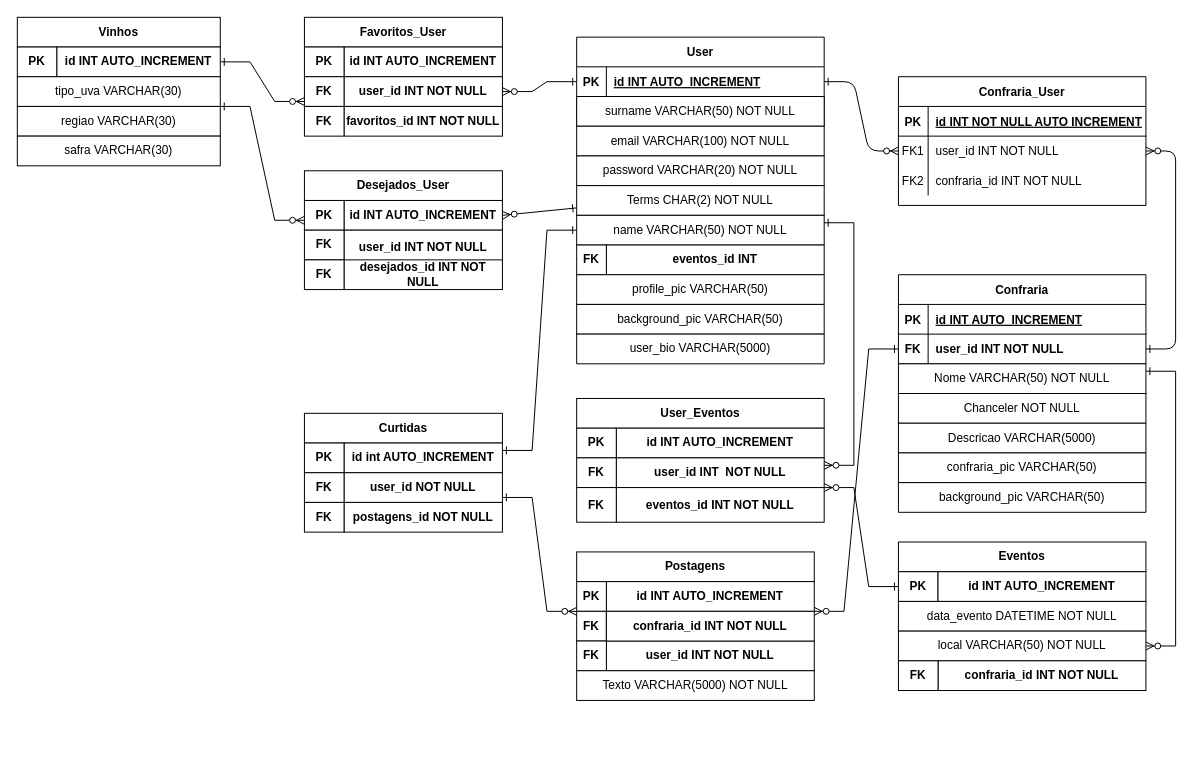
Above: ModeloBancoDeDados.drawio in jairocket/projetoIntegrador-Wined (draw.io), before the change. Source tidied: cells renumbered, new cells numbered last; positions are measured from the earlier drawing's top-left corner, leaving out a move shared by most shapes. Both pictures are drawn from the tidied source at 99%, with x=0, y=0 at pixel (17, 17).
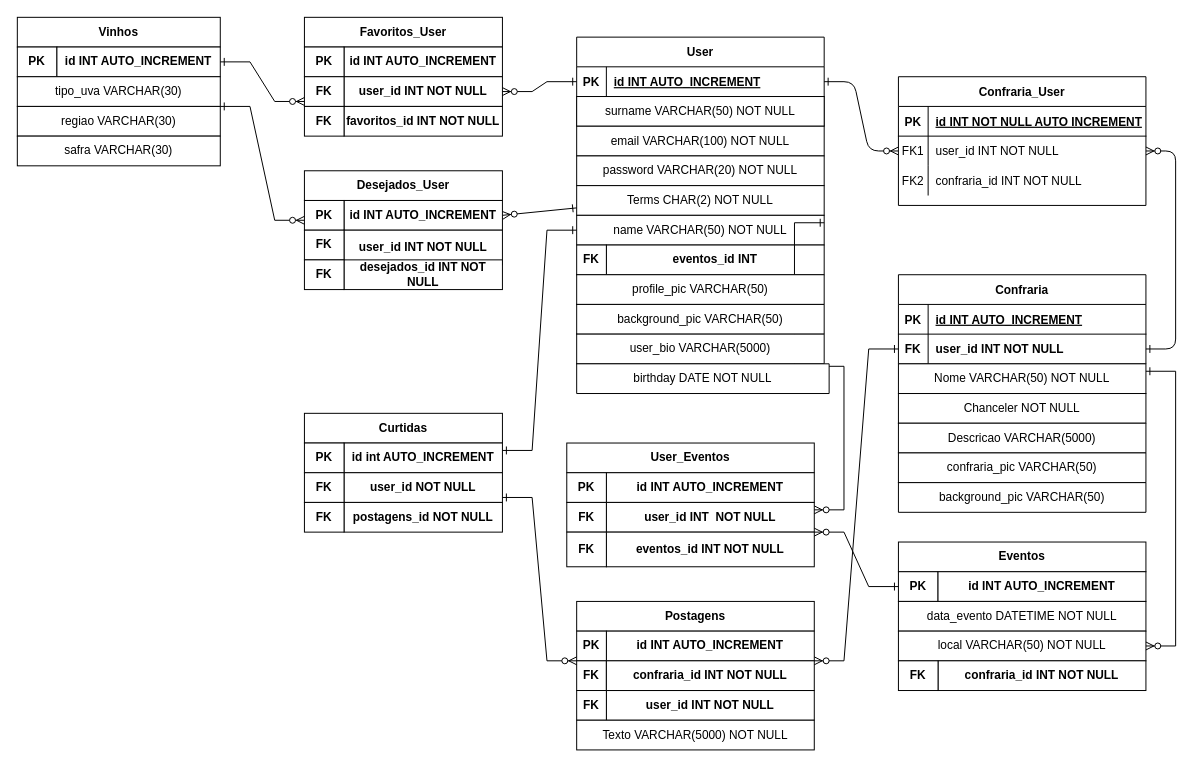
The same page after the edit.

What changed in the source:
```diff
@@
     <mxCell id="44" value="&lt;b&gt;Postagens&lt;/b&gt;" style="rounded=0;whiteSpace=wrap;html=1;" parent="1" vertex="1">
-      <mxGeometry x="565" y="540" width="240" height="30" as="geometry" />
+      <mxGeometry x="565" y="590" width="240" height="30" as="geometry" />
     </mxCell>
     <mxCell id="45" value="&lt;b&gt;id INT AUTO_INCREMENT&lt;/b&gt;" style="rounded=0;whiteSpace=wrap;html=1;" parent="1" vertex="1">
-      <mxGeometry x="595" y="570" width="210" height="30" as="geometry" />
+      <mxGeometry x="595" y="620" width="210" height="30" as="geometry" />
     </mxCell>
     <mxCell id="46" value="&lt;b&gt;PK&lt;/b&gt;" style="rounded=0;whiteSpace=wrap;html=1;" parent="1" vertex="1">
-      <mxGeometry x="565" y="570" width="30" height="30" as="geometry" />
+      <mxGeometry x="565" y="620" width="30" height="30" as="geometry" />
     </mxCell>
     <mxCell id="47" value="&lt;b&gt;user_id INT NOT NULL&lt;/b&gt;" style="rounded=0;whiteSpace=wrap;html=1;" parent="1" vertex="1">
-      <mxGeometry x="595" y="630" width="210" height="30" as="geometry" />
+      <mxGeometry x="595" y="680" width="210" height="30" as="geometry" />
     </mxCell>
     <mxCell id="48" value="&lt;b&gt;FK&lt;/b&gt;" style="rounded=0;whiteSpace=wrap;html=1;" parent="1" vertex="1">
-      <mxGeometry x="565" y="600" width="30" height="30" as="geometry" />
+      <mxGeometry x="565" y="650" width="30" height="30" as="geometry" />
     </mxCell>
     <mxCell id="49" value="&lt;b&gt;confraria_id INT NOT NULL&lt;/b&gt;" style="rounded=0;whiteSpace=wrap;html=1;" parent="1" vertex="1">
-      <mxGeometry x="595" y="600" width="210" height="30" as="geometry" />
+      <mxGeometry x="595" y="650" width="210" height="30" as="geometry" />
     </mxCell>
     <mxCell id="50" value="&lt;b&gt;FK&lt;/b&gt;" style="rounded=0;whiteSpace=wrap;html=1;" parent="1" vertex="1">
-      <mxGeometry x="565" y="630" width="30" height="30" as="geometry" />
+      <mxGeometry x="565" y="680" width="30" height="30" as="geometry" />
     </mxCell>
     <mxCell id="51" value="Texto VARCHAR(5000) NOT NULL" style="rounded=0;whiteSpace=wrap;html=1;" parent="1" vertex="1">
-      <mxGeometry x="565" y="660" width="240" height="30" as="geometry" />
+      <mxGeometry x="565" y="710" width="240" height="30" as="geometry" />
     </mxCell>
@@
     <mxCell id="63" value="&lt;b&gt;User_Eventos&lt;/b&gt;" style="rounded=0;whiteSpace=wrap;html=1;" parent="1" vertex="1">
-      <mxGeometry x="565" y="385" width="250" height="30" as="geometry" />
+      <mxGeometry x="555" y="430" width="250" height="30" as="geometry" />
     </mxCell>
     <mxCell id="64" value="&lt;b&gt;id INT AUTO_INCREMENT &lt;/b&gt;" style="rounded=0;whiteSpace=wrap;html=1;" parent="1" vertex="1">
-      <mxGeometry x="605" y="415" width="210" height="30" as="geometry" />
+      <mxGeometry x="595" y="460" width="210" height="30" as="geometry" />
     </mxCell>
     <mxCell id="65" value="&lt;b&gt;PK&lt;/b&gt;" style="rounded=0;whiteSpace=wrap;html=1;" parent="1" vertex="1">
-      <mxGeometry x="565" y="415" width="40" height="30" as="geometry" />
+      <mxGeometry x="555" y="460" width="40" height="30" as="geometry" />
     </mxCell>
     <mxCell id="66" value="&lt;b&gt;user_id INT&amp;nbsp; NOT NULL&lt;/b&gt;" style="rounded=0;whiteSpace=wrap;html=1;" parent="1" vertex="1">
-      <mxGeometry x="605" y="445" width="210" height="30" as="geometry" />
+      <mxGeometry x="595" y="490" width="210" height="30" as="geometry" />
     </mxCell>
     <mxCell id="67" value="&lt;b&gt;eventos_id INT NOT NULL&lt;/b&gt;" style="rounded=0;whiteSpace=wrap;html=1;" parent="1" vertex="1">
-      <mxGeometry x="605" y="475" width="210" height="35" as="geometry" />
+      <mxGeometry x="595" y="520" width="210" height="35" as="geometry" />
     </mxCell>
     <mxCell id="68" value="&lt;b&gt;FK&lt;/b&gt;" style="rounded=0;whiteSpace=wrap;html=1;" parent="1" vertex="1">
-      <mxGeometry x="565" y="445" width="40" height="30" as="geometry" />
+      <mxGeometry x="555" y="490" width="40" height="30" as="geometry" />
     </mxCell>
     <mxCell id="69" value="&lt;b&gt;FK&lt;/b&gt;" style="rounded=0;whiteSpace=wrap;html=1;" parent="1" vertex="1">
-      <mxGeometry x="565" y="475" width="40" height="35" as="geometry" />
+      <mxGeometry x="555" y="520" width="40" height="35" as="geometry" />
     </mxCell>
@@
+    <mxCell id="116" style="shape=table;html=1;whiteSpace=wrap;startSize=0;childLayout=tableLayout;" parent="1" vertex="1">
+      <mxGeometry x="565" y="350" width="255" height="30" as="geometry" />
+    </mxCell>
+    <mxCell id="117" style="shape=partialRectangle;html=1;whiteSpace=wrap;fillColor=none;top=0;left=0;bottom=0;right=0;" parent="116" vertex="1">
+      <mxGeometry width="255" height="30" as="geometry" />
+    </mxCell>
+    <mxCell id="118" value="birthday DATE NOT NULL" style="shape=partialRectangle;html=1;whiteSpace=wrap;overflow=hidden;fillColor=none;top=0;left=0;bottom=0;right=0;" parent="117" vertex="1">
+      <mxGeometry width="255" height="30" as="geometry" />
+    </mxCell>
```
